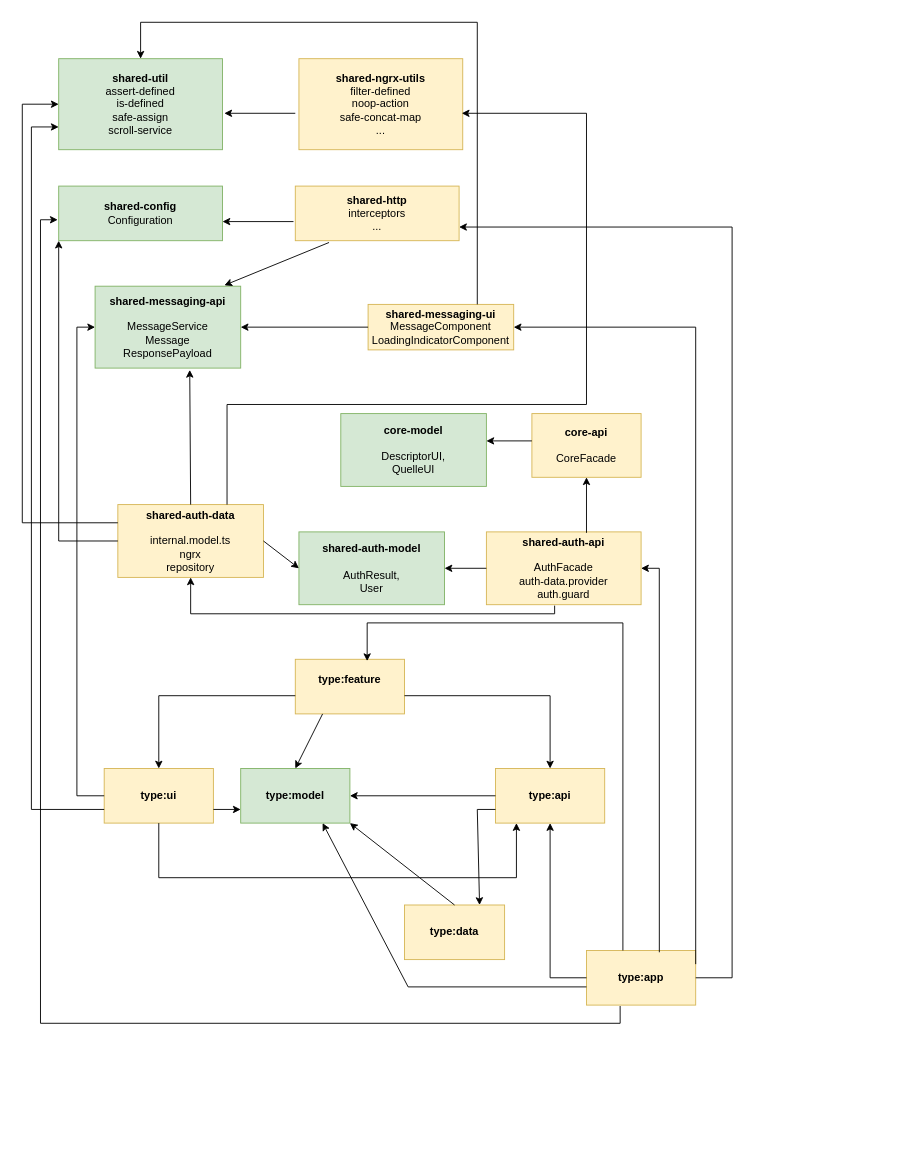
Above: frontend/documentation/dependency-rules.drawio in heike2718/mathe-jung-alt (draw.io), before the change. Source tidied: cells renumbered, new cells numbered last; positions are measured from the earlier drawing's top-left corner, leaving out a move shared by most shapes. Both pictures are drawn from the tidied source at 91%, with x=0, y=0 at pixel (22, 22).
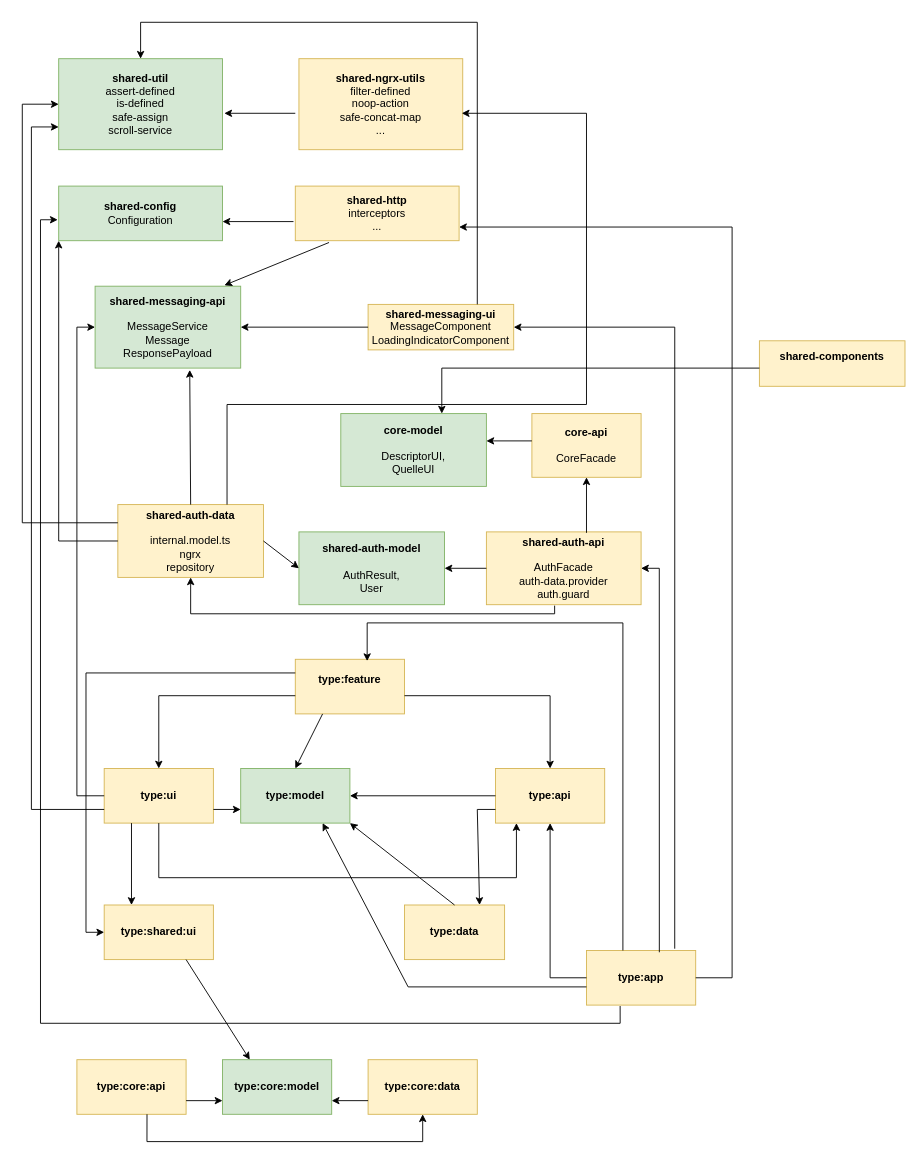
After the change.

The change refers to these unchanged cells:
```xml
<mxCell id="7" value="&lt;b&gt;shared-messaging-ui&lt;/b&gt;&lt;br&gt;MessageComponent&lt;br&gt;LoadingIndicatorComponent" style="rounded=0;whiteSpace=wrap;html=1;fillColor=#fff2cc;strokeColor=#d6b656;" parent="1" vertex="1">
  <mxGeometry x="380" y="310" width="160" height="50" as="geometry" />
</mxCell>
<mxCell id="16" value="&lt;b&gt;type:app&lt;/b&gt;" style="rounded=0;whiteSpace=wrap;html=1;fillColor=#fff2cc;strokeColor=#d6b656;" parent="1" vertex="1">
  <mxGeometry x="620" y="1020" width="120" height="60" as="geometry" />
</mxCell>
<mxCell id="17" value="&lt;b&gt;type:feature&lt;br&gt;&lt;/b&gt;&lt;b&gt;&lt;br&gt;&lt;/b&gt;" style="rounded=0;whiteSpace=wrap;html=1;fillColor=#fff2cc;strokeColor=#d6b656;" parent="1" vertex="1">
  <mxGeometry x="300" y="700" width="120" height="60" as="geometry" />
</mxCell>
<mxCell id="20" value="&lt;b&gt;type:ui&lt;/b&gt;" style="rounded=0;whiteSpace=wrap;html=1;fillColor=#fff2cc;strokeColor=#d6b656;" parent="1" vertex="1">
  <mxGeometry x="90" y="820" width="120" height="60" as="geometry" />
</mxCell>
```

What changed in the source:
```diff
@@
-    <mxCell id="36" style="endArrow=classic;html=1;rounded=0;exitX=1;exitY=0.25;exitDx=0;exitDy=0;entryX=1;entryY=0.5;entryDx=0;entryDy=0;" parent="1" edge="1" source="16" target="7">
+    <mxCell id="36" style="endArrow=classic;html=1;rounded=0;exitX=0.808;exitY=-0.033;exitDx=0;exitDy=0;entryX=1;entryY=0.5;entryDx=0;entryDy=0;exitPerimeter=0;" parent="1" edge="1" source="16" target="7">
       <mxGeometry relative="1" as="geometry">
         <Array as="points">
-          <mxPoint x="740" y="335" />
+          <mxPoint x="717" y="335" />
         </Array>
       </mxGeometry>
     </mxCell>
@@
+    <mxCell id="50" value="&lt;b&gt;shared-components&lt;/b&gt;&lt;br&gt;&lt;br&gt;" style="rounded=0;whiteSpace=wrap;html=1;fillColor=#fff2cc;strokeColor=#d6b656;" parent="1" vertex="1">
+      <mxGeometry x="810" y="350" width="160" height="50" as="geometry" />
+    </mxCell>
+    <mxCell id="51" value="&lt;b&gt;type:shared:ui&lt;/b&gt;" style="rounded=0;whiteSpace=wrap;html=1;fillColor=#fff2cc;strokeColor=#d6b656;" parent="1" vertex="1">
+      <mxGeometry x="90" y="970" width="120" height="60" as="geometry" />
+    </mxCell>
+    <mxCell id="52" style="endArrow=classic;html=1;rounded=0;exitX=0.25;exitY=1;exitDx=0;exitDy=0;entryX=0.25;entryY=0;entryDx=0;entryDy=0;" parent="1" edge="1" source="20" target="51">
+      <mxGeometry relative="1" as="geometry" />
+    </mxCell>
+    <mxCell id="53" style="endArrow=classic;html=1;rounded=0;exitX=0;exitY=0.25;exitDx=0;exitDy=0;entryX=0;entryY=0.5;entryDx=0;entryDy=0;" parent="1" edge="1" source="17" target="51">
+      <mxGeometry relative="1" as="geometry">
+        <Array as="points">
+          <mxPoint x="70" y="715" />
+          <mxPoint x="70" y="1000" />
+        </Array>
+      </mxGeometry>
+    </mxCell>
+    <mxCell id="54" style="endArrow=classic;html=1;rounded=0;" parent="1" edge="1">
+      <mxGeometry relative="1" as="geometry">
+        <mxPoint x="810" y="380" as="sourcePoint" />
+        <mxPoint x="461" y="430" as="targetPoint" />
+        <Array as="points">
+          <mxPoint x="461" y="380" />
+        </Array>
+      </mxGeometry>
+    </mxCell>
+    <mxCell id="55" value="&lt;b&gt;type:core:model&lt;/b&gt;" style="rounded=0;whiteSpace=wrap;html=1;fillColor=#d5e8d4;strokeColor=#82b366;" parent="1" vertex="1">
+      <mxGeometry x="220" y="1140" width="120" height="60" as="geometry" />
+    </mxCell>
+    <mxCell id="56" value="&lt;b&gt;type:core:data&lt;/b&gt;" style="rounded=0;whiteSpace=wrap;html=1;fillColor=#fff2cc;strokeColor=#d6b656;" parent="1" vertex="1">
+      <mxGeometry x="380" y="1140" width="120" height="60" as="geometry" />
+    </mxCell>
+    <mxCell id="57" value="&lt;b&gt;type:core:api&lt;/b&gt;" style="rounded=0;whiteSpace=wrap;html=1;fillColor=#fff2cc;strokeColor=#d6b656;" parent="1" vertex="1">
+      <mxGeometry x="60" y="1140" width="120" height="60" as="geometry" />
+    </mxCell>
+    <mxCell id="58" style="endArrow=classic;html=1;rounded=0;exitX=0.75;exitY=1;exitDx=0;exitDy=0;entryX=0.25;entryY=0;entryDx=0;entryDy=0;" parent="1" edge="1" source="51" target="55">
+      <mxGeometry relative="1" as="geometry" />
+    </mxCell>
+    <mxCell id="59" style="endArrow=classic;html=1;rounded=0;exitX=1;exitY=0.75;exitDx=0;exitDy=0;entryX=0;entryY=0.75;entryDx=0;entryDy=0;" parent="1" edge="1" source="57" target="55">
+      <mxGeometry relative="1" as="geometry" />
+    </mxCell>
+    <mxCell id="60" style="endArrow=classic;html=1;rounded=0;exitX=0;exitY=0.75;exitDx=0;exitDy=0;entryX=1;entryY=0.75;entryDx=0;entryDy=0;" parent="1" edge="1" source="56" target="55">
+      <mxGeometry relative="1" as="geometry" />
+    </mxCell>
+    <mxCell id="61" style="endArrow=classic;html=1;rounded=0;exitX=0.642;exitY=1;exitDx=0;exitDy=0;exitPerimeter=0;entryX=0.5;entryY=1;entryDx=0;entryDy=0;" parent="1" edge="1" source="57" target="56">
+      <mxGeometry relative="1" as="geometry">
+        <Array as="points">
+          <mxPoint x="137" y="1230" />
+          <mxPoint x="440" y="1230" />
+        </Array>
+      </mxGeometry>
+    </mxCell>
```
